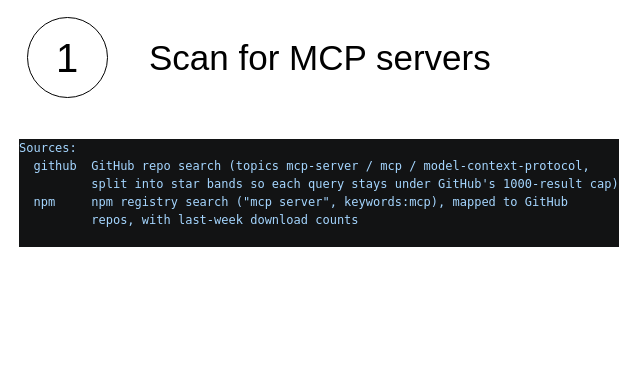
Above: architecture.drawio in genossecurity/framework-hunter (draw.io), before the change. Source tidied: cells renumbered, new cells numbered last; positions are measured from the earlier drawing's top-left corner, leaving out a move shared by most shapes. Both pictures are drawn from the tidied source at 100%, with x=0, y=0 at pixel (17, 17).
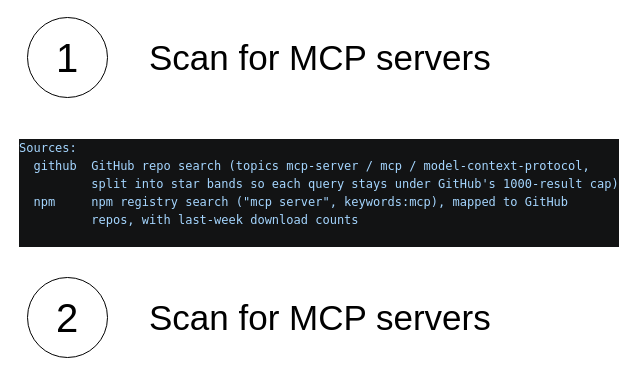
The same page after the edit.

Change to the diagram source:
```diff
@@
 <mxGraphModel>
   <root>
     <mxCell id="0" />
     <mxCell id="1" parent="0" />
     <mxCell id="2" value="&lt;div style=&quot;color: rgb(187, 190, 191); background-color: rgb(18, 19, 20); font-family: Menlo, Monaco, &amp;quot;Courier New&amp;quot;, monospace; line-height: 18px; white-space: pre;&quot;&gt;&lt;div&gt;&lt;span style=&quot;color: #a5d6ff;&quot;&gt;Sources:&lt;/span&gt;&lt;/div&gt;&lt;div&gt;&lt;span style=&quot;color: #a5d6ff;&quot;&gt;  github  GitHub repo search (topics mcp-server / mcp / model-context-protocol,&lt;/span&gt;&lt;/div&gt;&lt;div&gt;&lt;span style=&quot;color: #a5d6ff;&quot;&gt;          split into star bands so each query stays under GitHub's 1000-result cap)&lt;/span&gt;&lt;/div&gt;&lt;div&gt;&lt;span style=&quot;color: #a5d6ff;&quot;&gt;  npm     npm registry search (&quot;mcp server&quot;, keywords:mcp), mapped to GitHub&lt;/span&gt;&lt;/div&gt;&lt;div&gt;&lt;span style=&quot;color: #a5d6ff;&quot;&gt;          repos, with last-week download counts&lt;/span&gt;&lt;/div&gt;&lt;br&gt;&lt;/div&gt;" style="text;html=1;whiteSpace=wrap;strokeColor=none;fillColor=none;align=left;verticalAlign=middle;rounded=0;" parent="1" vertex="1">
       <mxGeometry y="120" width="610" height="110" as="geometry" />
     </mxCell>
     <mxCell id="3" value="1" style="ellipse;whiteSpace=wrap;html=1;shapeInside=1;fontSize=40;" parent="1" vertex="1">
       <mxGeometry x="10" width="80" height="80" as="geometry" />
     </mxCell>
     <mxCell id="4" value="Scan for MCP servers" style="text;html=1;whiteSpace=wrap;strokeColor=none;fillColor=none;align=left;verticalAlign=middle;rounded=0;fontSize=35;" parent="1" vertex="1">
       <mxGeometry x="130" y="25" width="460" height="30" as="geometry" />
     </mxCell>
+    <mxCell id="5" value="2" style="ellipse;whiteSpace=wrap;html=1;shapeInside=1;fontSize=40;" parent="1" vertex="1">
+      <mxGeometry x="10" y="260" width="80" height="80" as="geometry" />
+    </mxCell>
+    <mxCell id="6" value="Scan for MCP servers" style="text;html=1;whiteSpace=wrap;strokeColor=none;fillColor=none;align=left;verticalAlign=middle;rounded=0;fontSize=35;" parent="1" vertex="1">
+      <mxGeometry x="130" y="285" width="460" height="30" as="geometry" />
+    </mxCell>
   </root>
 </mxGraphModel>
```
